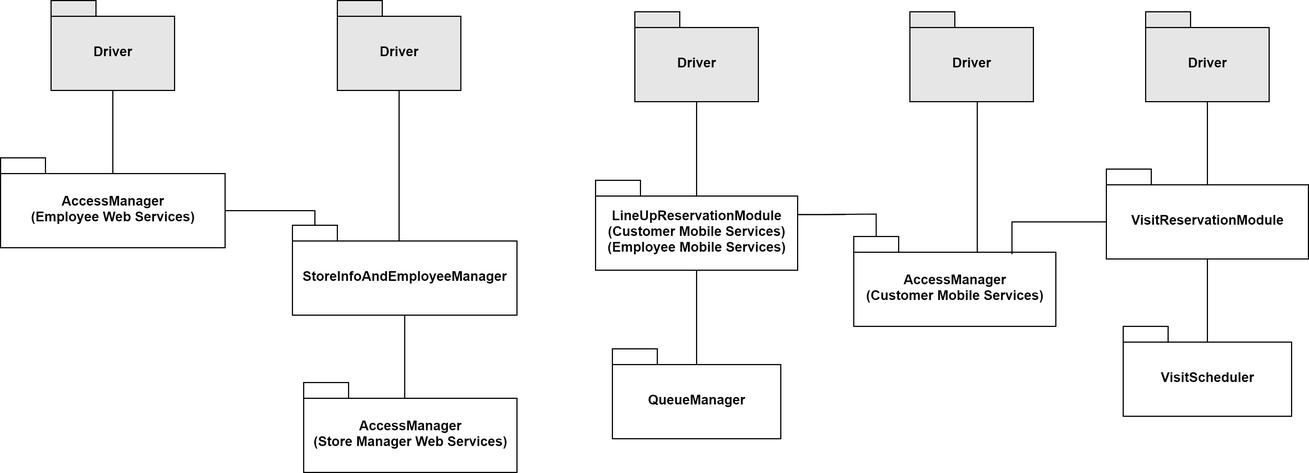
Before: DDworkspace/LaTeXproject/images/int_diagr7.png, a diagram exported from draw.io (marcoDige/CLup). Source tidied: cells renumbered, new cells last; positions are measured from the earlier drawing's top-left corner, leaving out a move shared by most shapes.
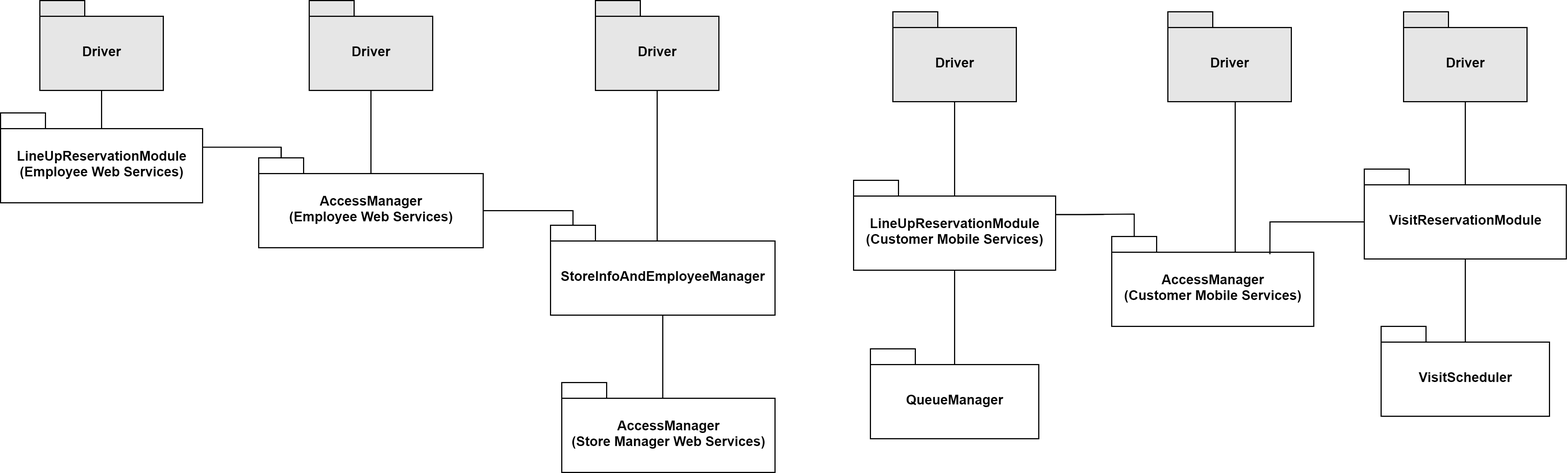
After the change.

Diff of the diagram source:
```diff
@@ -114,8 +114,28 @@
     <mxCell id="24" style="edgeStyle=orthogonalEdgeStyle;rounded=0;jettySize=auto;html=1;exitX=0;exitY=0;exitDx=180;exitDy=30.5;exitPerimeter=0;entryX=0;entryY=0;entryDx=20;entryDy=0;entryPerimeter=0;endArrow=none;endFill=0;" parent="1" edge="1" source="25" target="2">
       <mxGeometry relative="1" as="geometry" />
     </mxCell>
-    <mxCell id="25" value="LineUpReservationModule&lt;br&gt;(Customer Mobile Services)&lt;br&gt;(Employee Mobile Services)" style="shape=folder;fontStyle=1;spacingTop=10;tabWidth=40;tabHeight=14;tabPosition=left;html=1;fillColor=#FFFFFF;" parent="1" vertex="1">
+    <mxCell id="25" value="LineUpReservationModule&lt;br&gt;(Customer Mobile Services)" style="shape=folder;fontStyle=1;spacingTop=10;tabWidth=40;tabHeight=14;tabPosition=left;html=1;fillColor=#FFFFFF;" parent="1" vertex="1">
       <mxGeometry x="530" y="160" width="180" height="80" as="geometry" />
     </mxCell>
+    <mxCell id="26" style="edgeStyle=orthogonalEdgeStyle;rounded=0;jettySize=auto;html=1;exitX=0;exitY=0;exitDx=180;exitDy=30.5;exitPerimeter=0;entryX=0;entryY=0;entryDx=20;entryDy=0;entryPerimeter=0;endArrow=none;endFill=0;" parent="1" edge="1" source="27" target="18">
+      <mxGeometry relative="1" as="geometry">
+        <Array as="points">
+          <mxPoint x="20" y="131" />
+        </Array>
+      </mxGeometry>
+    </mxCell>
+    <mxCell id="27" value="LineUpReservationModule&lt;br&gt;(Employee Web Services)" style="shape=folder;fontStyle=1;spacingTop=10;tabWidth=40;tabHeight=14;tabPosition=left;html=1;fillColor=#FFFFFF;" parent="1" vertex="1">
+      <mxGeometry x="-230" y="100" width="180" height="80" as="geometry" />
+    </mxCell>
+    <mxCell id="28" style="edgeStyle=orthogonalEdgeStyle;rounded=0;jettySize=auto;html=1;exitX=0.5;exitY=1;exitDx=0;exitDy=0;exitPerimeter=0;entryX=0;entryY=0;entryDx=110;entryDy=14;entryPerimeter=0;endArrow=none;endFill=0;" parent="1" edge="1" source="29" target="27">
+      <mxGeometry relative="1" as="geometry">
+        <Array as="points">
+          <mxPoint x="-140" y="114" />
+        </Array>
+      </mxGeometry>
+    </mxCell>
+    <mxCell id="29" value="Driver" style="shape=folder;fontStyle=1;spacingTop=10;tabWidth=40;tabHeight=14;tabPosition=left;html=1;fillColor=#E6E6E6;" parent="1" vertex="1">
+      <mxGeometry x="-195" width="110" height="80" as="geometry" />
+    </mxCell>
   </root>
 </mxGraphModel>
```
